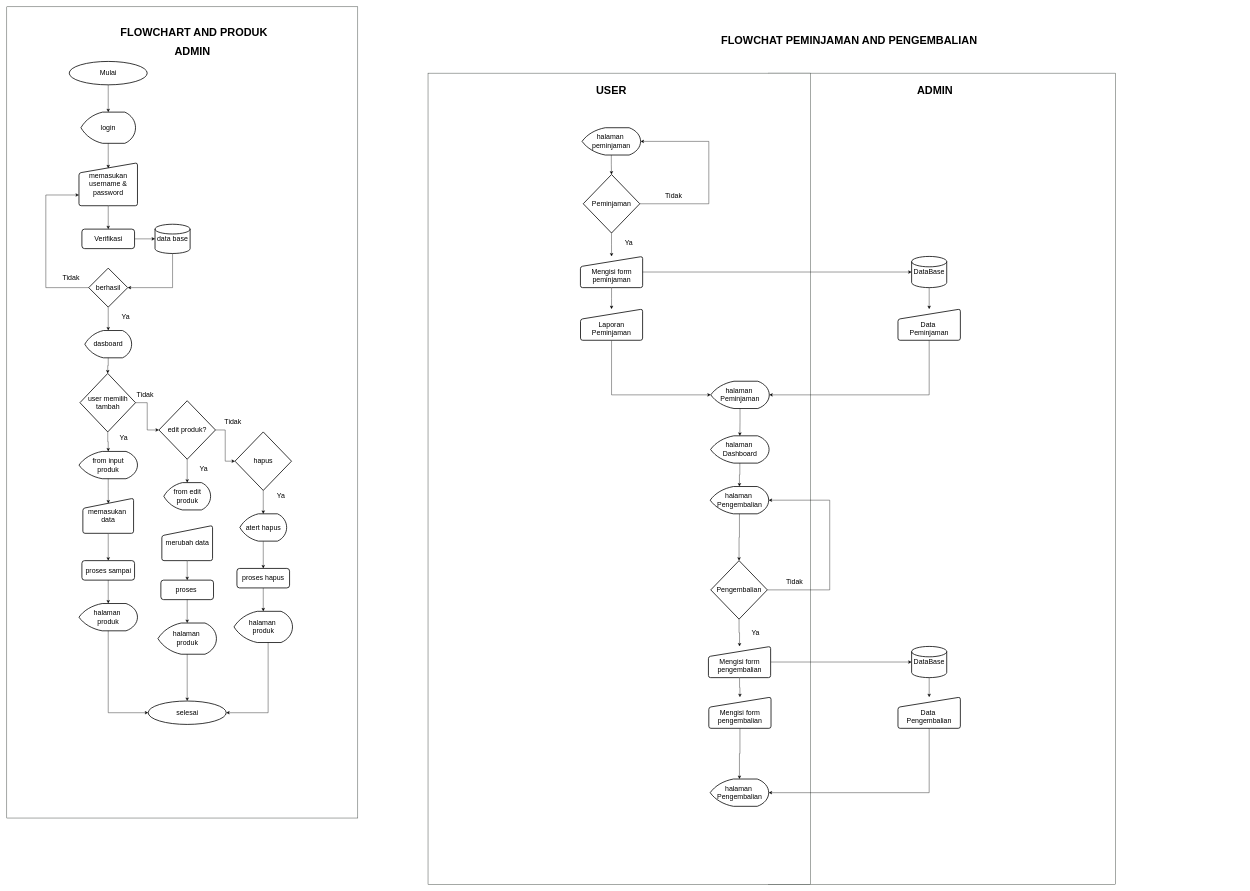
This is flowchar and produk.drawio from Diskominfoo/iventory, a draw.io file, before an edit. Source tidied: cells renumbered, new cells numbered last; positions are measured from the earlier drawing's top-left corner, leaving out a move shared by most shapes. Both pictures are drawn from the tidied source at 39%, with x=0, y=0 at pixel (7, 7).
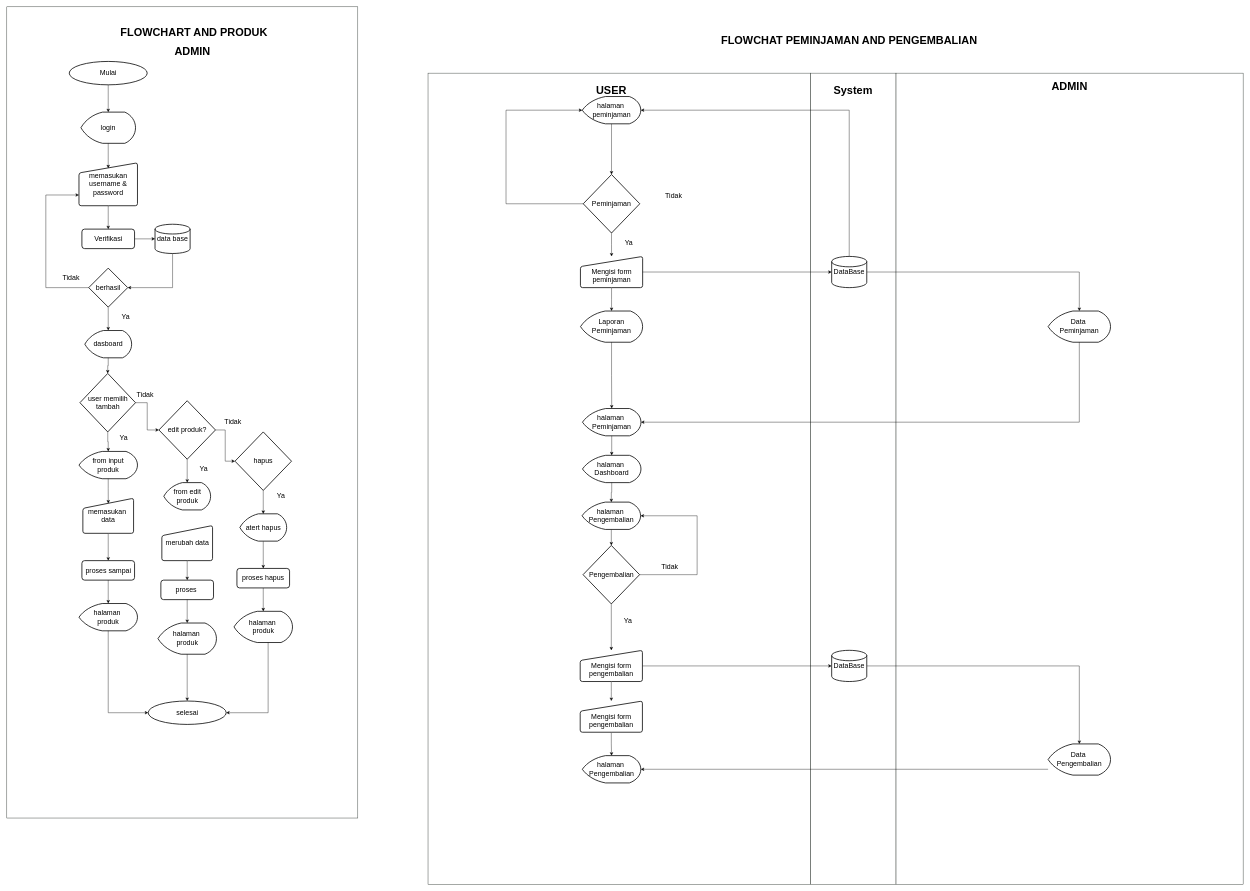
The same page after the edit.

Unchanged cells that the change refers to:
```xml
<mxCell id="58" value="&lt;span style=&quot;font-size: 18px;&quot;&gt;Peminjaman&lt;/span&gt;" style="strokeWidth=2;html=1;shape=mxgraph.flowchart.decision;whiteSpace=wrap;" parent="1" vertex="1">
  <mxGeometry x="1478" y="430" width="145" height="150" as="geometry" />
</mxCell>
```

The edit, as a diff of the source:
```diff
@@
+    <mxCell id="99" style="verticalLabelPosition=bottom;verticalAlign=top;html=1;shadow=0;dashed=0;strokeWidth=1;shape=mxgraph.ios.iBgFlat;strokeColor=#18211b;" parent="1" vertex="1">
+      <mxGeometry x="2060" y="170" width="220" height="2080" as="geometry" />
+    </mxCell>
     <mxCell id="2" style="verticalLabelPosition=bottom;verticalAlign=top;html=1;shadow=0;dashed=0;strokeWidth=1;shape=mxgraph.ios.iBgFlat;strokeColor=#18211b;" parent="1" vertex="1">
-      <mxGeometry x="1953.5" y="170" width="890" height="2080" as="geometry" />
+      <mxGeometry x="2280" y="170" width="890" height="2080" as="geometry" />
     </mxCell>
@@
     <mxCell id="54" value="&lt;span style=&quot;font-size: 28px;&quot;&gt;&lt;b&gt;ADMIN&lt;/b&gt;&lt;/span&gt;" style="text;html=1;align=center;verticalAlign=middle;whiteSpace=wrap;rounded=0;" parent="1" vertex="1">
-      <mxGeometry x="2160" y="200" width="440" height="30" as="geometry" />
+      <mxGeometry x="2505" y="190" width="440" height="30" as="geometry" />
     </mxCell>
@@
     <mxCell id="56" value="&lt;span style=&quot;font-size: 18px;&quot;&gt;halaman&amp;nbsp;&lt;/span&gt;&lt;div&gt;&lt;span style=&quot;font-size: 18px;&quot;&gt;peminjaman&lt;/span&gt;&lt;/div&gt;" style="strokeWidth=2;html=1;shape=mxgraph.flowchart.display;whiteSpace=wrap;" parent="1" vertex="1">
-      <mxGeometry x="1475" y="310" width="150" height="70" as="geometry" />
+      <mxGeometry x="1475.5" y="230" width="150" height="70" as="geometry" />
     </mxCell>
@@
-    <mxCell id="61" style="edgeStyle=orthogonalEdgeStyle;rounded=0;jettySize=auto;html=1;" parent="1" edge="1" source="62" target="64">
+    <mxCell id="61" style="edgeStyle=orthogonalEdgeStyle;rounded=0;jettySize=auto;html=1;exitX=1;exitY=0.5;exitDx=0;exitDy=0;exitPerimeter=0;" parent="1" edge="1" source="62" target="64">
       <mxGeometry relative="1" as="geometry" />
     </mxCell>
     <mxCell id="62" value="&lt;font style=&quot;font-size: 18px;&quot;&gt;DataBase&lt;/font&gt;" style="strokeWidth=2;html=1;shape=mxgraph.flowchart.database;whiteSpace=wrap;" parent="1" vertex="1">
-      <mxGeometry x="2320" y="640" width="90" height="80" as="geometry" />
+      <mxGeometry x="2115" y="640" width="90" height="80" as="geometry" />
     </mxCell>
@@
-    <mxCell id="64" value="&lt;div&gt;&lt;font style=&quot;font-size: 18px;&quot;&gt;&lt;br&gt;&lt;/font&gt;&lt;/div&gt;&lt;div&gt;&lt;font style=&quot;font-size: 18px;&quot;&gt;Data&amp;nbsp;&lt;/font&gt;&lt;/div&gt;&lt;div&gt;&lt;font style=&quot;font-size: 18px;&quot;&gt;Peminjaman&lt;/font&gt;&lt;/div&gt;" style="html=1;strokeWidth=2;shape=manualInput;whiteSpace=wrap;rounded=1;size=26;arcSize=11;" parent="1" vertex="1">
-      <mxGeometry x="2285" y="775" width="160" height="80" as="geometry" />
+    <mxCell id="64" value="&lt;div&gt;&lt;span style=&quot;font-size: 18px; background-color: transparent; color: light-dark(rgb(0, 0, 0), rgb(255, 255, 255));&quot;&gt;Data&amp;nbsp;&lt;/span&gt;&lt;/div&gt;&lt;div&gt;&lt;font style=&quot;font-size: 18px;&quot;&gt;Peminjaman&lt;/font&gt;&lt;/div&gt;" style="html=1;strokeWidth=2;shape=mxgraph.flowchart.display;whiteSpace=wrap;rounded=1;size=26;arcSize=11;" parent="1" vertex="1">
+      <mxGeometry x="2670" y="780" width="160" height="80" as="geometry" />
     </mxCell>
-    <mxCell id="65" value="&lt;font style=&quot;font-size: 18px;&quot;&gt;&lt;br&gt;&lt;/font&gt;&lt;div&gt;&lt;font style=&quot;font-size: 18px;&quot;&gt;Laporan&lt;/font&gt;&lt;/div&gt;&lt;div&gt;&lt;font style=&quot;font-size: 18px;&quot;&gt;Peminjaman&lt;/font&gt;&lt;/div&gt;" style="html=1;strokeWidth=2;shape=manualInput;whiteSpace=wrap;rounded=1;size=26;arcSize=11;" parent="1" vertex="1">
-      <mxGeometry x="1471" y="775" width="159.2" height="80" as="geometry" />
+    <mxCell id="65" value="&lt;div&gt;&lt;font style=&quot;font-size: 18px;&quot;&gt;Laporan&lt;/font&gt;&lt;/div&gt;&lt;div&gt;&lt;font style=&quot;font-size: 18px;&quot;&gt;Peminjaman&lt;/font&gt;&lt;/div&gt;" style="html=1;strokeWidth=2;shape=mxgraph.flowchart.display;whiteSpace=wrap;rounded=1;size=26;arcSize=11;" parent="1" vertex="1">
+      <mxGeometry x="1471" y="780" width="159.2" height="80" as="geometry" />
     </mxCell>
     <mxCell id="66" value="&lt;span style=&quot;font-size: 18px;&quot;&gt;halaman&amp;nbsp;&lt;/span&gt;&lt;div&gt;&lt;span style=&quot;font-size: 18px;&quot;&gt;Dashboard&lt;/span&gt;&lt;/div&gt;" style="strokeWidth=2;html=1;shape=mxgraph.flowchart.display;whiteSpace=wrap;" parent="1" vertex="1">
-      <mxGeometry x="1804.5" y="1100" width="150" height="70" as="geometry" />
+      <mxGeometry x="1476" y="1150" width="150" height="70" as="geometry" />
     </mxCell>
     <mxCell id="67" style="edgeStyle=orthogonalEdgeStyle;rounded=0;jettySize=auto;html=1;entryX=0.5;entryY=0;entryDx=0;entryDy=0;" parent="1" edge="1" source="68" target="86">
-      <mxGeometry relative="1" as="geometry" />
+      <mxGeometry relative="1" as="geometry">
+        <Array as="points">
+          <mxPoint x="1550" y="1650" />
+          <mxPoint x="1550" y="1650" />
+        </Array>
+      </mxGeometry>
     </mxCell>
     <mxCell id="68" value="&lt;span style=&quot;font-size: 18px;&quot;&gt;Pengembalian&lt;/span&gt;" style="strokeWidth=2;html=1;shape=mxgraph.flowchart.decision;whiteSpace=wrap;" parent="1" vertex="1">
-      <mxGeometry x="1805" y="1420" width="145" height="150" as="geometry" />
+      <mxGeometry x="1477.5" y="1381" width="145" height="150" as="geometry" />
     </mxCell>
@@
     <mxCell id="70" value="&lt;span style=&quot;font-size: 18px;&quot;&gt;halaman&amp;nbsp;&lt;/span&gt;&lt;div&gt;&lt;span style=&quot;font-size: 18px;&quot;&gt;Pengembalian&lt;/span&gt;&lt;/div&gt;" style="strokeWidth=2;html=1;shape=mxgraph.flowchart.display;whiteSpace=wrap;" parent="1" vertex="1">
-      <mxGeometry x="1803.5" y="1230" width="150" height="70" as="geometry" />
+      <mxGeometry x="1475" y="1270" width="150" height="70" as="geometry" />
     </mxCell>
@@
-    <mxCell id="72" style="edgeStyle=orthogonalEdgeStyle;rounded=0;jettySize=auto;html=1;entryX=1;entryY=0.5;entryDx=0;entryDy=0;entryPerimeter=0;" parent="1" edge="1" source="58" target="56">
-      <mxGeometry relative="1" as="geometry">
-        <Array as="points">
-          <mxPoint x="1800" y="505" />
-          <mxPoint x="1800" y="345" />
-        </Array>
-      </mxGeometry>
-    </mxCell>
@@
     <mxCell id="82" value="&lt;font style=&quot;font-size: 18px;&quot;&gt;Ya&lt;/font&gt;" style="text;html=1;align=center;verticalAlign=middle;whiteSpace=wrap;rounded=0;" parent="1" vertex="1">
-      <mxGeometry x="1890" y="1590" width="60" height="30" as="geometry" />
+      <mxGeometry x="1562.5" y="1560" width="60" height="30" as="geometry" />
     </mxCell>
-    <mxCell id="83" value="&lt;font style=&quot;font-size: 18px;&quot;&gt;Tidak&lt;/font&gt;" style="text;html=1;align=center;verticalAlign=middle;whiteSpace=wrap;rounded=0;" parent="1" vertex="1">
-      <mxGeometry x="1990" y="1460" width="60" height="30" as="geometry" />
-    </mxCell>
@@
     <mxCell id="85" style="edgeStyle=orthogonalEdgeStyle;rounded=0;jettySize=auto;html=1;" parent="1" edge="1" source="86" target="88">
-      <mxGeometry relative="1" as="geometry" />
+      <mxGeometry relative="1" as="geometry">
+        <Array as="points">
+          <mxPoint x="2180" y="1690" />
+          <mxPoint x="2180" y="1690" />
+        </Array>
+      </mxGeometry>
     </mxCell>
     <mxCell id="86" value="&lt;div&gt;&lt;font style=&quot;font-size: 18px;&quot;&gt;&lt;br&gt;&lt;/font&gt;&lt;/div&gt;&lt;div&gt;&lt;font style=&quot;font-size: 18px;&quot;&gt;Mengisi form&lt;/font&gt;&lt;/div&gt;&lt;div&gt;&lt;font style=&quot;font-size: 18px;&quot;&gt;pengembalian&lt;/font&gt;&lt;/div&gt;" style="html=1;strokeWidth=2;shape=manualInput;whiteSpace=wrap;rounded=1;size=26;arcSize=11;" parent="1" vertex="1">
-      <mxGeometry x="1799" y="1640" width="159.5" height="80" as="geometry" />
+      <mxGeometry x="1470.2" y="1650" width="159.5" height="80" as="geometry" />
     </mxCell>
@@
     <mxCell id="88" value="&lt;font style=&quot;font-size: 18px;&quot;&gt;DataBase&lt;/font&gt;" style="strokeWidth=2;html=1;shape=mxgraph.flowchart.database;whiteSpace=wrap;" parent="1" vertex="1">
-      <mxGeometry x="2320" y="1640" width="90" height="80" as="geometry" />
+      <mxGeometry x="2115" y="1650" width="90" height="80" as="geometry" />
     </mxCell>
-    <mxCell id="89" value="&lt;div&gt;&lt;font style=&quot;font-size: 18px;&quot;&gt;&lt;br&gt;&lt;/font&gt;&lt;/div&gt;&lt;div&gt;&lt;font style=&quot;font-size: 18px;&quot;&gt;Data&amp;nbsp;&lt;/font&gt;&lt;/div&gt;&lt;div&gt;&lt;font style=&quot;font-size: 18px;&quot;&gt;Pengembalian&lt;/font&gt;&lt;/div&gt;" style="html=1;strokeWidth=2;shape=manualInput;whiteSpace=wrap;rounded=1;size=26;arcSize=11;" parent="1" vertex="1">
-      <mxGeometry x="2285" y="1770" width="160" height="80" as="geometry" />
+    <mxCell id="89" value="&lt;div&gt;&lt;span style=&quot;font-size: 18px; background-color: transparent; color: light-dark(rgb(0, 0, 0), rgb(255, 255, 255));&quot;&gt;Data&amp;nbsp;&lt;/span&gt;&lt;/div&gt;&lt;div&gt;&lt;font style=&quot;font-size: 18px;&quot;&gt;Pengembalian&lt;/font&gt;&lt;/div&gt;" style="html=1;strokeWidth=2;shape=mxgraph.flowchart.display;whiteSpace=wrap;rounded=1;size=26;arcSize=11;" parent="1" vertex="1">
+      <mxGeometry x="2670" y="1890" width="160" height="80" as="geometry" />
     </mxCell>
@@
     <mxCell id="91" value="&lt;div&gt;&lt;font style=&quot;font-size: 18px;&quot;&gt;&lt;br&gt;&lt;/font&gt;&lt;/div&gt;&lt;div&gt;&lt;font style=&quot;font-size: 18px;&quot;&gt;Mengisi form&lt;/font&gt;&lt;/div&gt;&lt;div&gt;&lt;font style=&quot;font-size: 18px;&quot;&gt;pengembalian&lt;/font&gt;&lt;/div&gt;" style="html=1;strokeWidth=2;shape=manualInput;whiteSpace=wrap;rounded=1;size=26;arcSize=11;" parent="1" vertex="1">
-      <mxGeometry x="1800" y="1770" width="159.5" height="80" as="geometry" />
+      <mxGeometry x="1470.2" y="1780" width="159.5" height="80" as="geometry" />
     </mxCell>
     <mxCell id="92" value="&lt;span style=&quot;font-size: 18px;&quot;&gt;halaman&amp;nbsp;&lt;/span&gt;&lt;div&gt;&lt;span style=&quot;font-size: 18px;&quot;&gt;Peminjaman&lt;/span&gt;&lt;/div&gt;" style="strokeWidth=2;html=1;shape=mxgraph.flowchart.display;whiteSpace=wrap;" parent="1" vertex="1">
-      <mxGeometry x="1805" y="960" width="150" height="70" as="geometry" />
+      <mxGeometry x="1476" y="1030" width="150" height="70" as="geometry" />
     </mxCell>
-    <mxCell id="93" style="edgeStyle=orthogonalEdgeStyle;rounded=0;jettySize=auto;html=1;entryX=0;entryY=0.5;entryDx=0;entryDy=0;entryPerimeter=0;" parent="1" edge="1" source="65" target="92">
-      <mxGeometry relative="1" as="geometry">
-        <Array as="points">
-          <mxPoint x="1551" y="995" />
-        </Array>
-      </mxGeometry>
-    </mxCell>
     <mxCell id="94" style="edgeStyle=orthogonalEdgeStyle;rounded=0;jettySize=auto;html=1;entryX=1;entryY=0.5;entryDx=0;entryDy=0;entryPerimeter=0;" parent="1" edge="1" source="64" target="92">
       <mxGeometry relative="1" as="geometry">
         <Array as="points">
-          <mxPoint x="2365" y="995" />
+          <mxPoint x="2750" y="1065" />
         </Array>
       </mxGeometry>
     </mxCell>
@@
-    <mxCell id="96" style="edgeStyle=orthogonalEdgeStyle;rounded=0;jettySize=auto;html=1;entryX=1;entryY=0.5;entryDx=0;entryDy=0;entryPerimeter=0;" parent="1" edge="1" source="68" target="70">
-      <mxGeometry relative="1" as="geometry">
-        <Array as="points">
-          <mxPoint x="2110" y="1495" />
-          <mxPoint x="2110" y="1265" />
-        </Array>
-      </mxGeometry>
-    </mxCell>
     <mxCell id="97" value="&lt;span style=&quot;font-size: 18px;&quot;&gt;halaman&amp;nbsp;&lt;/span&gt;&lt;div&gt;&lt;span style=&quot;font-size: 18px;&quot;&gt;Pengembalian&lt;/span&gt;&lt;/div&gt;" style="strokeWidth=2;html=1;shape=mxgraph.flowchart.display;whiteSpace=wrap;" parent="1" vertex="1">
-      <mxGeometry x="1803.5" y="1980" width="150" height="70" as="geometry" />
+      <mxGeometry x="1475.6" y="1920" width="150" height="70" as="geometry" />
     </mxCell>
     <mxCell id="98" style="edgeStyle=orthogonalEdgeStyle;rounded=0;jettySize=auto;html=1;entryX=1;entryY=0.5;entryDx=0;entryDy=0;entryPerimeter=0;" parent="1" edge="1" source="89" target="97">
       <mxGeometry relative="1" as="geometry">
         <Array as="points">
-          <mxPoint x="2365" y="2015" />
+          <mxPoint x="2365" y="1955" />
         </Array>
       </mxGeometry>
     </mxCell>
+    <mxCell id="100" style="edgeStyle=orthogonalEdgeStyle;rounded=0;orthogonalLoop=1;jettySize=auto;html=1;exitX=0.5;exitY=1;exitDx=0;exitDy=0;exitPerimeter=0;" parent="1" edge="1" source="92" target="92">
+      <mxGeometry relative="1" as="geometry" />
+    </mxCell>
+    <mxCell id="72" style="edgeStyle=orthogonalEdgeStyle;rounded=0;jettySize=auto;html=1;exitX=0;exitY=0.5;exitDx=0;exitDy=0;exitPerimeter=0;entryX=0;entryY=0.5;entryDx=0;entryDy=0;entryPerimeter=0;" parent="1" edge="1" source="58" target="56">
+      <mxGeometry relative="1" as="geometry">
+        <Array as="points">
+          <mxPoint x="1280" y="505" />
+          <mxPoint x="1280" y="265" />
+        </Array>
+      </mxGeometry>
+    </mxCell>
+    <mxCell id="101" style="edgeStyle=orthogonalEdgeStyle;rounded=0;jettySize=auto;html=1;exitX=0.5;exitY=0;exitDx=0;exitDy=0;exitPerimeter=0;entryX=1;entryY=0.5;entryDx=0;entryDy=0;entryPerimeter=0;" parent="1" edge="1" source="62" target="56">
+      <mxGeometry relative="1" as="geometry" />
+    </mxCell>
+    <mxCell id="102" value="&lt;span style=&quot;font-size: 28px;&quot;&gt;&lt;b&gt;System&lt;/b&gt;&lt;/span&gt;" style="text;html=1;align=center;verticalAlign=middle;whiteSpace=wrap;rounded=0;" parent="1" vertex="1">
+      <mxGeometry x="2070" y="200" width="200" height="30" as="geometry" />
+    </mxCell>
+    <mxCell id="93" style="edgeStyle=orthogonalEdgeStyle;rounded=0;jettySize=auto;html=1;exitX=0.5;exitY=1;exitDx=0;exitDy=0;exitPerimeter=0;entryX=0.5;entryY=0;entryDx=0;entryDy=0;entryPerimeter=0;" parent="1" edge="1" source="65" target="92">
+      <mxGeometry relative="1" as="geometry" />
+    </mxCell>
+    <mxCell id="83" value="&lt;font style=&quot;font-size: 18px;&quot;&gt;Tidak&lt;/font&gt;" style="text;html=1;align=center;verticalAlign=middle;whiteSpace=wrap;rounded=0;" parent="1" vertex="1">
+      <mxGeometry x="1670" y="1420" width="60" height="30" as="geometry" />
+    </mxCell>
+    <mxCell id="96" style="edgeStyle=orthogonalEdgeStyle;rounded=0;jettySize=auto;html=1;entryX=1;entryY=0.5;entryDx=0;entryDy=0;entryPerimeter=0;" parent="1" edge="1" source="68" target="70">
+      <mxGeometry relative="1" as="geometry">
+        <Array as="points">
+          <mxPoint x="1770" y="1456" />
+          <mxPoint x="1770" y="1305" />
+        </Array>
+      </mxGeometry>
+    </mxCell>
```
